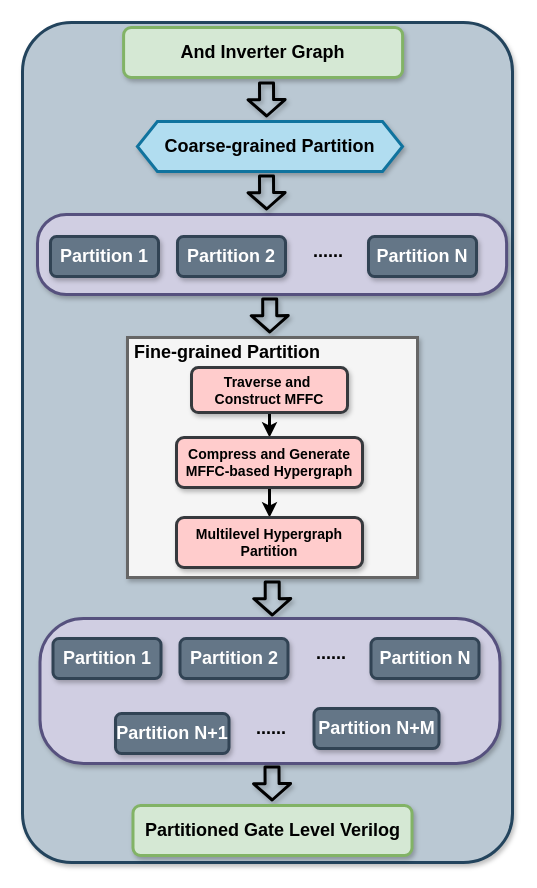
Earlier version of the draw.io diagram PartitionFlow.drawio (kxzhu0505/LogicSynOpt). Source tidied: cells renumbered, new cells numbered last; positions are measured from the earlier drawing's top-left corner, leaving out a move shared by most shapes. Both pictures are drawn from the tidied source at 100%, with x=0, y=0 at pixel (22, 22).
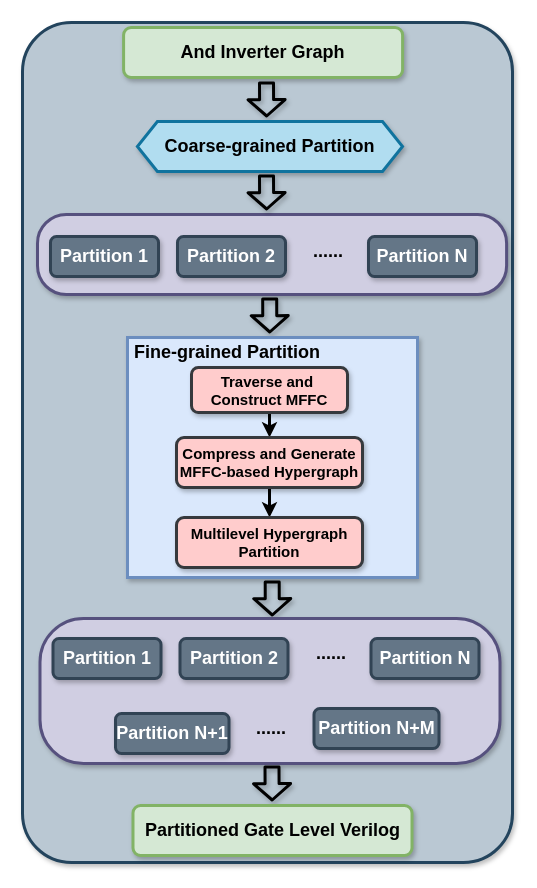
The same page after the edit.

Diff of the diagram source:
```diff
@@
-    <mxCell id="25" style="rounded=0;whiteSpace=wrap;html=1;strokeWidth=3;shadow=1;fillColor=#f5f5f5;strokeColor=#666666;fontColor=#333333;" parent="1" vertex="1">
+    <mxCell id="25" style="rounded=0;whiteSpace=wrap;html=1;strokeWidth=3;shadow=1;fillColor=#dae8fc;strokeColor=#6c8ebf;" parent="1" vertex="1">
       <mxGeometry x="105" y="315" width="290" height="240" as="geometry" />
     </mxCell>
@@
-    <mxCell id="28" value="&lt;span style=&quot;font-size: 14px;&quot;&gt;&lt;b&gt;Traverse and&amp;nbsp; Construct MFFC&lt;/b&gt;&lt;/span&gt;" style="rounded=1;whiteSpace=wrap;html=1;fillColor=#ffcccc;strokeColor=#36393d;strokeWidth=3;shadow=1;" parent="1" vertex="1">
+    <mxCell id="28" value="&lt;b style=&quot;&quot;&gt;&lt;font style=&quot;font-size: 15px;&quot;&gt;Traverse and&amp;nbsp; Construct MFFC&lt;/font&gt;&lt;/b&gt;" style="rounded=1;whiteSpace=wrap;html=1;fillColor=#ffcccc;strokeColor=#36393d;strokeWidth=3;shadow=1;" parent="1" vertex="1">
       <mxGeometry x="169" y="345" width="156" height="45" as="geometry" />
     </mxCell>
@@
-    <mxCell id="30" value="&lt;span style=&quot;font-size: 14px;&quot;&gt;&lt;b&gt;Compress and Generate MFFC-based Hypergraph&lt;/b&gt;&lt;/span&gt;" style="rounded=1;whiteSpace=wrap;html=1;fillColor=#ffcccc;strokeColor=#36393d;strokeWidth=3;shadow=1;" parent="1" vertex="1">
+    <mxCell id="30" value="&lt;b style=&quot;&quot;&gt;&lt;font style=&quot;font-size: 15px;&quot;&gt;Compress and Generate MFFC-based Hypergraph&lt;/font&gt;&lt;/b&gt;" style="rounded=1;whiteSpace=wrap;html=1;fillColor=#ffcccc;strokeColor=#36393d;strokeWidth=3;shadow=1;" parent="1" vertex="1">
       <mxGeometry x="154" y="415" width="186" height="50" as="geometry" />
     </mxCell>
-    <mxCell id="31" value="&lt;span style=&quot;font-size: 14px;&quot;&gt;&lt;b&gt;Multilevel Hypergraph Partition&lt;/b&gt;&lt;/span&gt;" style="rounded=1;whiteSpace=wrap;html=1;fillColor=#ffcccc;strokeColor=#36393d;strokeWidth=3;shadow=1;" parent="1" vertex="1">
+    <mxCell id="31" value="&lt;b style=&quot;&quot;&gt;&lt;font style=&quot;font-size: 15px;&quot;&gt;Multilevel Hypergraph Partition&lt;/font&gt;&lt;/b&gt;" style="rounded=1;whiteSpace=wrap;html=1;fillColor=#ffcccc;strokeColor=#36393d;strokeWidth=3;shadow=1;" parent="1" vertex="1">
       <mxGeometry x="154" y="495" width="186" height="50" as="geometry" />
     </mxCell>
```
